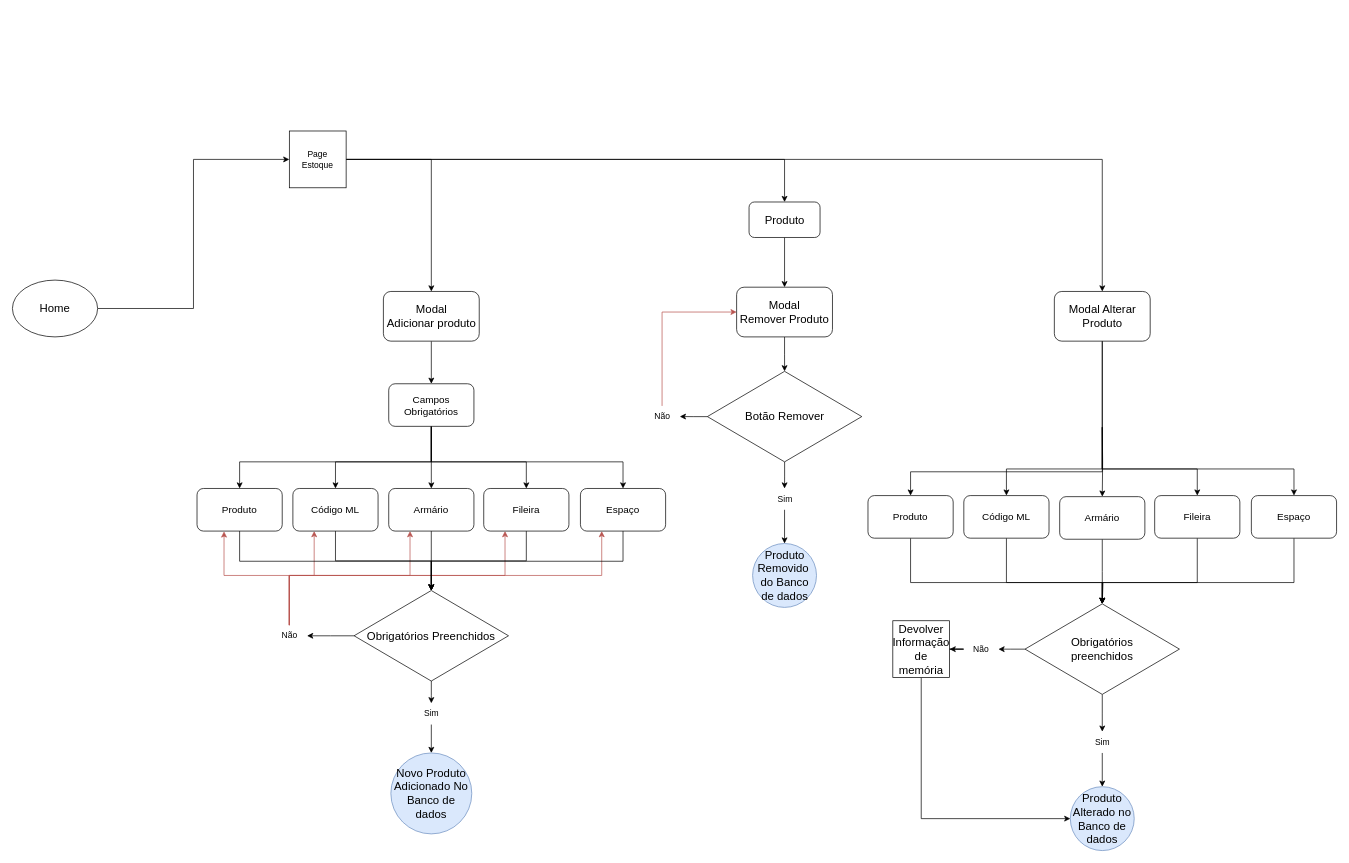
Before: page "Home Estoque" (2 of 5) of Novoteste.drawio in gabrimota/Diagramas, a draw.io diagram. Source tidied: cells renumbered, new cells numbered last; positions are measured from the earlier drawing's top-left corner, leaving out a move shared by most shapes. Both pictures are drawn from the tidied source at 71%, with x=0, y=0 at pixel (12, 131).
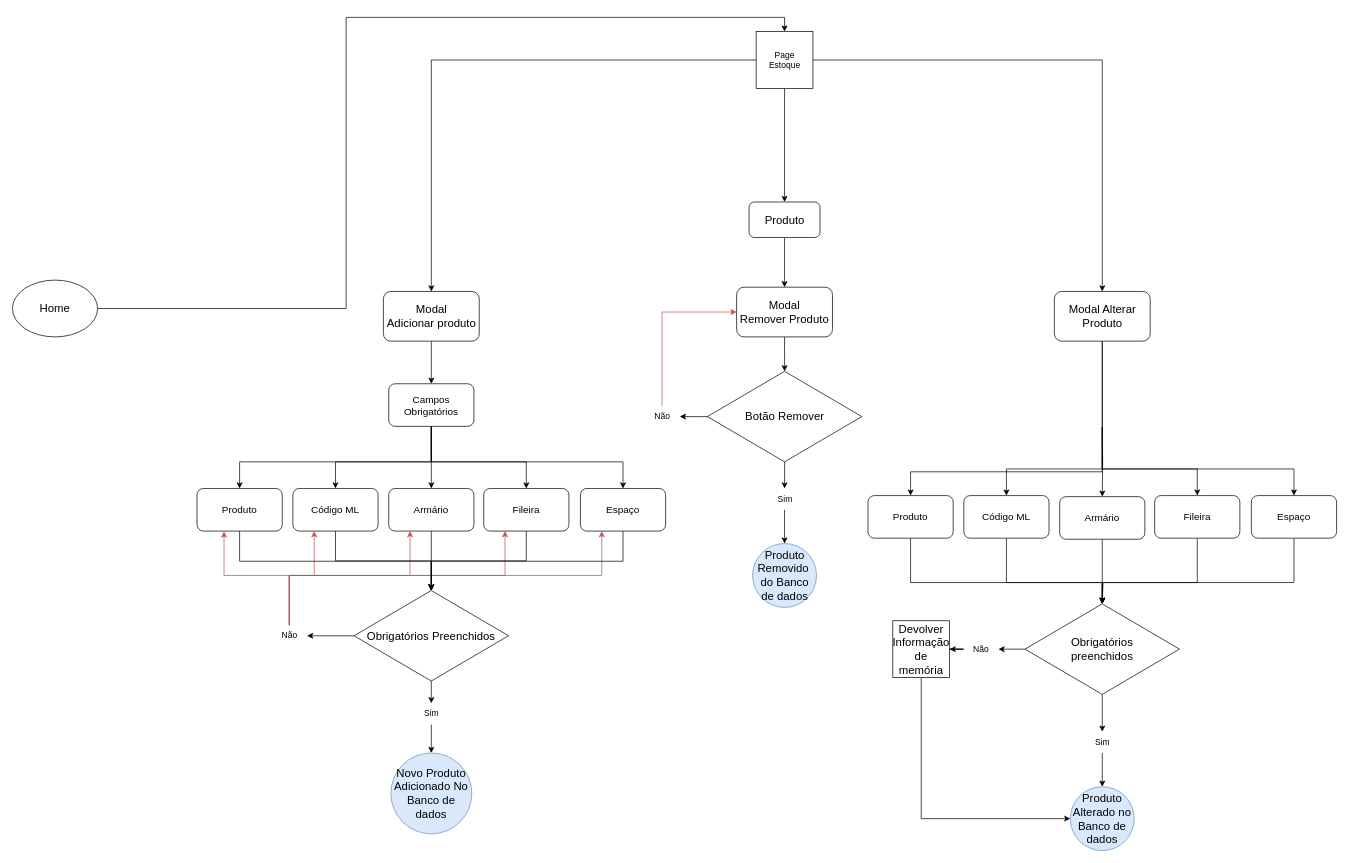
The same diagram, later.

The change refers to these unchanged cells:
```xml
<mxCell id="3" value="&lt;font size=&quot;3&quot;&gt;Home&lt;/font&gt;" style="ellipse;whiteSpace=wrap;html=1;" parent="1" vertex="1">
  <mxGeometry y="210" width="120" height="80" as="geometry" />
</mxCell>
```

The edit, as a diff of the source:
```diff
@@
-    <mxCell id="2" style="edgeStyle=orthogonalEdgeStyle;rounded=0;jettySize=auto;html=1;entryX=0;entryY=0.5;entryDx=0;entryDy=0;" parent="1" edge="1" source="3" target="7">
-      <mxGeometry relative="1" as="geometry" />
+    <mxCell id="2" style="edgeStyle=orthogonalEdgeStyle;rounded=0;jettySize=auto;html=1;entryX=0.5;entryY=0;entryDx=0;entryDy=0;" parent="1" edge="1" source="3" target="7">
+      <mxGeometry relative="1" as="geometry">
+        <Array as="points">
+          <mxPoint x="470" y="250" />
+          <mxPoint x="470" y="-160" />
+          <mxPoint x="1088" y="-160" />
+        </Array>
+      </mxGeometry>
     </mxCell>
@@
     <mxCell id="7" value="Page&lt;br&gt;Estoque" style="whiteSpace=wrap;html=1;" parent="1" vertex="1">
-      <mxGeometry x="390" width="80" height="80" as="geometry" />
+      <mxGeometry x="1047.5" y="-140" width="80" height="80" as="geometry" />
     </mxCell>
```
